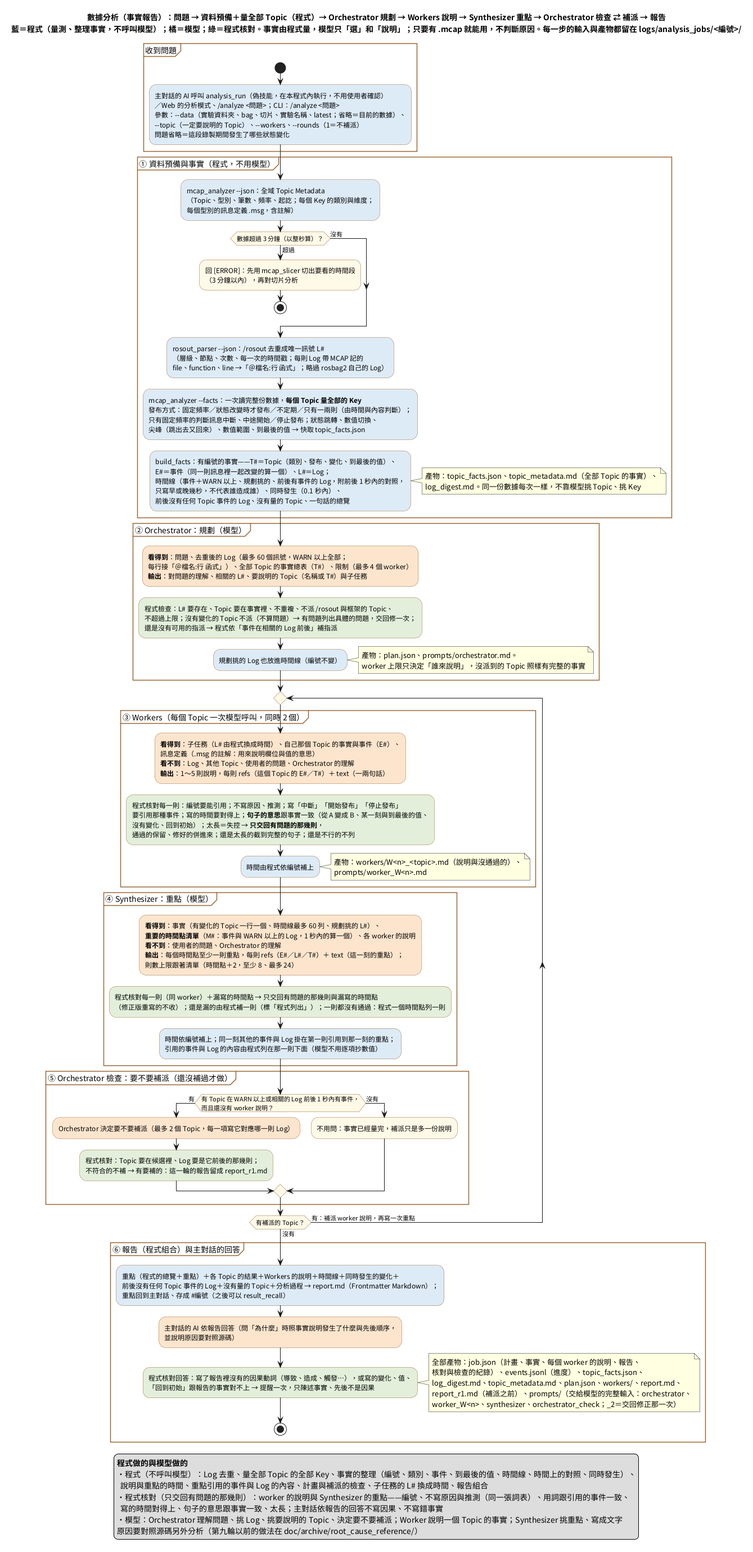
Above: doc/images/數據診斷的流程.png in DavidZox/Coding_agnet (PlantUML), before the change.
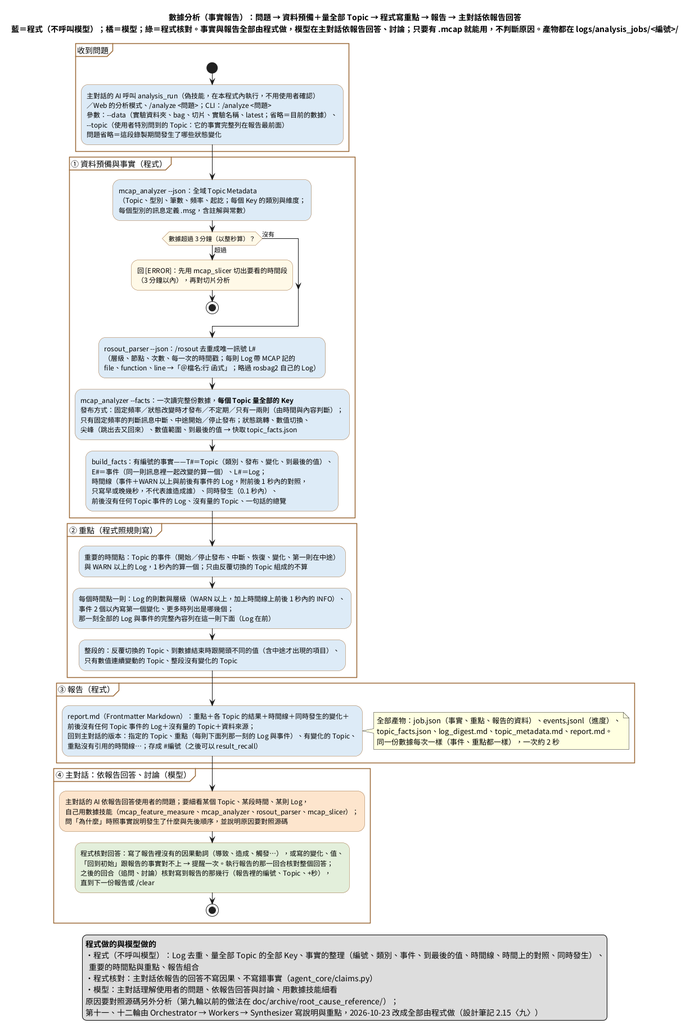
After the commit.

Diff of the diagram source:
```diff
@@ -6,21 +6,21 @@
 skinparam NoteBackgroundColor #FFFFE0
 skinparam PartitionBorderColor #996633
 
-title 數據分析（事實報告）：問題 → 資料預備＋量全部 Topic（程式）→ Orchestrator 規劃 → Workers 說明 → Synthesizer 重點 → Orchestrator 檢查 ⇄ 補派 → 報告\n藍＝程式（量測、整理事實，不呼叫模型）；橘＝模型；綠＝程式核對。事實由程式量，模型只「選」和「說明」；只要有 .mcap 就能用，不判斷原因。每一步的輸入與產物都留在 logs/analysis_jobs/<編號>/
+title 數據分析（事實報告）：問題 → 資料預備＋量全部 Topic → 程式寫重點 → 報告 → 主對話依報告回答\n藍＝程式（不呼叫模型）；橘＝模型；綠＝程式核對。事實與報告全部由程式做，模型在主對話依報告回答、討論；只要有 .mcap 就能用，不判斷原因。產物都在 logs/analysis_jobs/<編號>/
 
 partition "收到問題" {
 start
 :主對話的 AI 呼叫 analysis_run（偽技能，在本程式內執行，不用使用者確認）
 ／Web 的分析模式、/analyze <問題>；CLI：/analyze <問題>
 參數：~--data（實驗資料夾、bag、切片、實驗名稱、latest；省略＝目前的數據）、
-~--topic（一定要說明的 Topic）、~--workers、~--rounds（1＝不補派）
+~--topic（使用者特別問到的 Topic：它的事實完整列在報告最前面）
 問題省略＝這段錄製期間發生了哪些狀態變化; <<#DDEBF7>>
 }
 
-partition "① 資料預備與事實（程式，不用模型）" {
+partition "① 資料預備與事實（程式）" {
 :mcap_analyzer ~--json：全域 Topic Metadata
 （Topic、型別、筆數、頻率、起訖；每個 Key 的類別與維度；
-每個型別的訊息定義 .msg，含註解）; <<#DDEBF7>>
+每個型別的訊息定義 .msg，含註解與常數）; <<#DDEBF7>>
 if (數據超過 3 分鐘（以整秒算）？) then (超過)
   :回 [ERROR]：先用 mcap_slicer 切出要看的時間段
   （3 分鐘以內），再對切片分析;
@@ -36,95 +36,51 @@
 尖峰（跳出去又回來）、數值範圍、到最後的值 → 快取 topic_facts.json; <<#DDEBF7>>
 :build_facts：有編號的事實——T#＝Topic（類別、發布、變化、到最後的值）、
 E#＝事件（同一則訊息裡一起改變的算一個）、L#＝Log；
-時間線（事件＋WARN 以上、規劃挑的、前後有事件的 Log，附前後 1 秒內的對照，
+時間線（事件＋WARN 以上與前後有事件的 Log，附前後 1 秒內的對照，
 只寫早或晚幾秒，不代表誰造成誰）、同時發生（0.1 秒內）、
 前後沒有任何 Topic 事件的 Log、沒有量的 Topic、一句話的總覽; <<#DDEBF7>>
+}
+
+partition "② 重點（程式照規則寫）" {
+:重要的時間點：Topic 的事件（開始／停止發布、中斷、恢復、變化、第一則在中途）
+與 WARN 以上的 Log，1 秒內的算一個；只由反覆切換的 Topic 組成的不算; <<#DDEBF7>>
+:每個時間點一則：Log 的則數與層級（WARN 以上，加上時間線上前後 1 秒內的 INFO）、
+事件 2 個以內寫第一個變化、更多時列出是哪幾個；
+那一刻全部的 Log 與事件的完整內容列在這一則下面（Log 在前）; <<#DDEBF7>>
+:整段的：反覆切換的 Topic、到數據結束時跟開頭不同的值（含中途才出現的項目）、
+只有數值連續變動的 Topic、整段沒有變化的 Topic; <<#DDEBF7>>
+}
+
+partition "③ 報告（程式）" {
+:report.md（Frontmatter Markdown）：重點＋各 Topic 的結果＋時間線＋同時發生的變化＋
+前後沒有任何 Topic 事件的 Log＋沒有量的 Topic＋資料來源；
+回到主對話的版本：指定的 Topic、重點（每則下面列那一刻的 Log 與事件）、有變化的 Topic、
+重點沒有引用的時間線…；存成 #編號（之後可以 result_recall）; <<#DDEBF7>>
 note right
-  產物：topic_facts.json、topic_metadata.md（全部 Topic 的事實）、
-  log_digest.md。同一份數據每次一樣，不靠模型挑 Topic、挑 Key
+  全部產物：job.json（事實、重點、報告的資料）、events.jsonl（進度）、
+  topic_facts.json、log_digest.md、topic_metadata.md、report.md。
+  同一份數據每次一樣（事件、重點都一樣），一次約 2 秒
 end note
 }
 
-partition "② Orchestrator：規劃（模型）" {
-:**看得到**：問題、去重後的 Log（最多 60 個訊號，WARN 以上全部；
-每行接「＠檔名:行 函式」）、全部 Topic 的事實總表（T#）、限制（最多 4 個 worker）
-**輸出**：對問題的理解、相關的 L#、要說明的 Topic（名稱或 T#）與子任務; <<#FCE5CD>>
-:程式檢查：L# 要存在、Topic 要在事實裡、不重複、不派 /rosout 與框架的 Topic、
-不超過上限；沒有變化的 Topic 不派（不算問題）→ 有問題列出具體的問題，交回修一次；
-還是沒有可用的指派 → 程式依「事件在相關的 Log 前後」補指派; <<#E2EFDA>>
-:規劃挑的 Log 也放進時間線（編號不變）; <<#DDEBF7>>
-note right
-  產物：plan.json、prompts/orchestrator.md。
-  worker 上限只決定「誰來說明」，沒派到的 Topic 照樣有完整的事實
-end note
-}
-
-repeat
-partition "③ Workers（每個 Topic 一次模型呼叫，同時 2 個）" {
-:**看得到**：子任務（L# 由程式換成時間）、自己那個 Topic 的事實與事件（E#）、
-訊息定義（.msg 的註解：用來說明欄位與值的意思）
-**看不到**：Log、其他 Topic、使用者的問題、Orchestrator 的理解
-**輸出**：1～5 則說明，每則 refs（這個 Topic 的 E#／T#）＋ text（一兩句話）; <<#FCE5CD>>
-:程式核對每一則：編號要能引用；不寫原因、推測；寫「中斷」「開始發布」「停止發布」
-要引用那種事件；寫的時間要對得上；**句子的意思**跟事實一致（從 A 變成 B、某一刻與到最後的值、
-沒有變化、回到初始）；太長＝失控 → **只交回有問題的那幾則**，
-通過的保留、修好的併進來；還是太長的截到完整的句子；還是不行的不列; <<#E2EFDA>>
-:時間由程式依編號補上; <<#DDEBF7>>
-note right
-  產物：workers/W<n>_<topic>.md（說明與沒通過的）、
-  prompts/worker_W<n>.md
-end note
-}
-
-partition "④ Synthesizer：重點（模型）" {
-:**看得到**：事實（有變化的 Topic 一行一個、時間線最多 60 列、規劃挑的 L#）、
-**重要的時間點清單**（M#：事件與 WARN 以上的 Log，1 秒內的算一個）、各 worker 的說明
-**看不到**：使用者的問題、Orchestrator 的理解
-**輸出**：每個時間點至少一則重點，每則 refs（E#／L#／T#）＋ text（這一刻的重點）；
-則數上限跟著清單（時間點＋2，至少 8、最多 24）; <<#FCE5CD>>
-:程式核對每一則（同 worker）＋漏寫的時間點 → 只交回有問題的那幾則與漏寫的時間點
-（修正版重寫的不收）；還是漏的由程式補一則（標「程式列出」）；一則都沒有通過：程式一個時間點列一則; <<#E2EFDA>>
-:時間依編號補上；同一刻其他的事件與 Log 掛在第一則引用到那一刻的重點；
-引用的事件與 Log 的內容由程式列在那一則下面（模型不用逐項抄數值）; <<#DDEBF7>>
-}
-
-partition "⑤ Orchestrator 檢查：要不要補派（還沒補過才做）" {
-if (有 Topic 在 WARN 以上或相關的 Log 前後 1 秒內有事件，
-而且還沒有 worker 說明？) then (有)
-  :Orchestrator 決定要不要補派（最多 2 個 Topic，每一項寫它對應哪一則 Log）; <<#FCE5CD>>
-  :程式核對：Topic 要在候選裡、Log 要是它前後的那幾則；
-  不符合的不補 → 有要補的：這一輪的報告留成 report_r1.md; <<#E2EFDA>>
-else (沒有)
-  :不用問：事實已經量完，補派只是多一份說明;
-endif
-}
-repeat while (有補派的 Topic？) is (有：補派 worker 說明，再寫一次重點) not (沒有)
-
-partition "⑥ 報告（程式組合）與主對話的回答" {
-:重點（程式的總覽＋重點）＋各 Topic 的結果＋Workers 的說明＋時間線＋同時發生的變化＋
-前後沒有任何 Topic 事件的 Log＋沒有量的 Topic＋分析過程 → report.md（Frontmatter Markdown）；
-重點回到主對話、存成 #編號（之後可以 result_recall）; <<#DDEBF7>>
-:主對話的 AI 依報告回答（問「為什麼」時照事實說明發生了什麼與先後順序，
-並說明原因要對照源碼）; <<#FCE5CD>>
+partition "④ 主對話：依報告回答、討論（模型）" {
+:主對話的 AI 依報告回答使用者的問題；要細看某個 Topic、某段時間、某則 Log，
+自己用數據技能（mcap_feature_measure、mcap_analyzer、rosout_parser、mcap_slicer）；
+問「為什麼」時照事實說明發生了什麼與先後順序，並說明原因要對照源碼; <<#FCE5CD>>
 :程式核對回答：寫了報告裡沒有的因果動詞（導致、造成、觸發…），或寫的變化、值、
-「回到初始」跟報告的事實對不上 → 提醒一次，只陳述事實、先後不是因果; <<#E2EFDA>>
-note right
-  全部產物：job.json（計畫、事實、每個 worker 的說明、報告、
-  核對與檢查的紀錄）、events.jsonl（進度）、topic_facts.json、
-  log_digest.md、topic_metadata.md、plan.json、workers/、report.md、
-  report_r1.md（補派之前）、prompts/（交給模型的完整輸入：orchestrator、
-  worker_W<n>、synthesizer、orchestrator_check；_2＝交回修正那一次）
-end note
+「回到初始」跟報告的事實對不上 → 提醒一次。執行報告的那一回合核對整個回答；
+之後的回合（追問、討論）核對寫到報告的那幾行（報告裡的編號、Topic、+秒），
+直到下一份報告或 /clear; <<#E2EFDA>>
 stop
 }
 
 legend bottom
   **程式做的與模型做的**
   ・程式（不呼叫模型）：Log 去重、量全部 Topic 的全部 Key、事實的整理（編號、類別、事件、到最後的值、時間線、時間上的對照、同時發生）、
-    說明與重點的時間、重點引用的事件與 Log 的內容、計畫與補派的檢查、子任務的 L# 換成時間、報告組合
-  ・程式核對（只交回有問題的那幾則）：worker 的說明與 Synthesizer 的重點——編號、不寫原因與推測（同一張詞表）、用詞跟引用的事件一致、
-    寫的時間對得上、句子的意思跟事實一致、太長；主對話依報告的回答不寫因果、不寫錯事實
-  ・模型：Orchestrator 理解問題、挑 Log、挑要說明的 Topic、決定要不要補派；Worker 說明一個 Topic 的事實；Synthesizer 挑重點、寫成文字
-  原因要對照源碼另外分析（第九輪以前的做法在 doc/archive/root_cause_reference/）
+    重要的時間點與重點、報告組合
+  ・程式核對：主對話依報告的回答不寫因果、不寫錯事實（agent_core/claims.py）
+  ・模型：主對話理解使用者的問題、依報告回答與討論、用數據技能細看
+  原因要對照源碼另外分析（第九輪以前的做法在 doc/archive/root_cause_reference/）；
+  第十一、十二輪由 Orchestrator → Workers → Synthesizer 寫說明與重點，2026-10-23 改成全部由程式做（設計筆記 2.15〈九〉）
 endlegend
 @enduml
```
